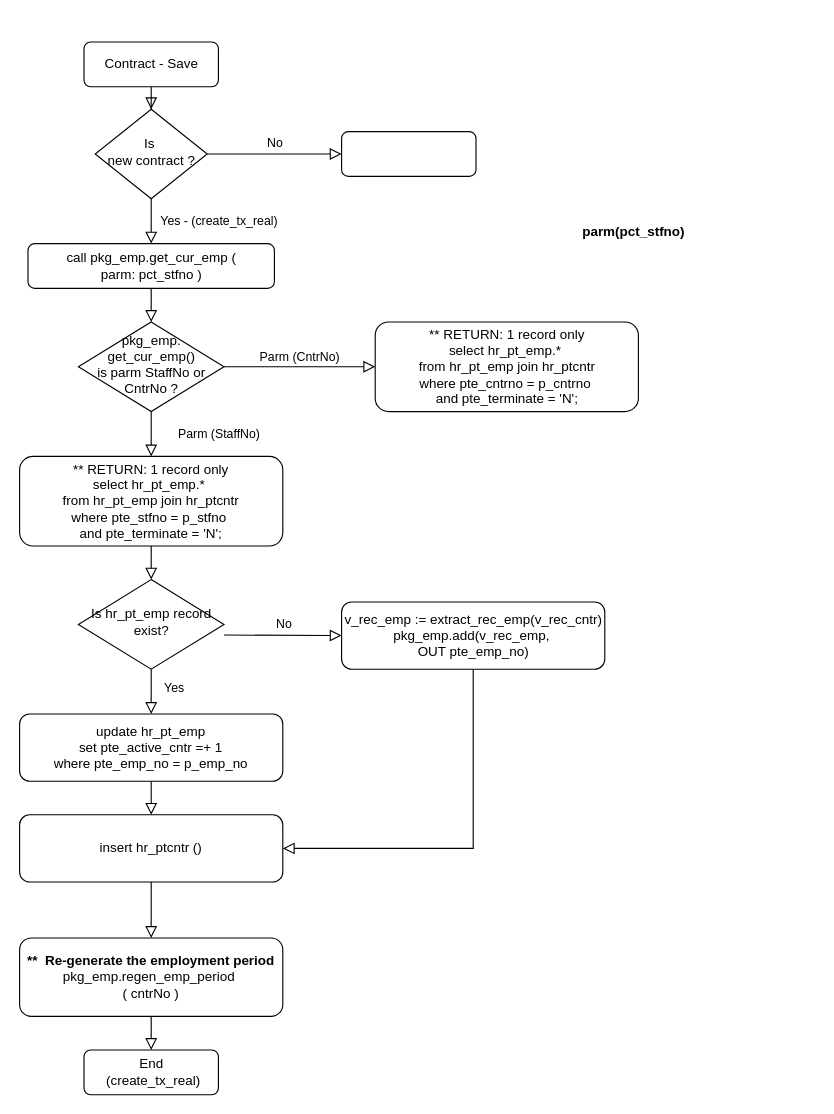
Above: page "Contract - New Save" (1 of 2) of Contract_Save_w_Employm.drawio in mujianlo/hrpt_drawio (draw.io), before the change. Source tidied: cells renumbered, new cells numbered last; positions are measured from the earlier drawing's top-left corner, leaving out a move shared by most shapes. Both pictures are drawn from the tidied source at 112%, with x=0, y=0 at pixel (19, 41).
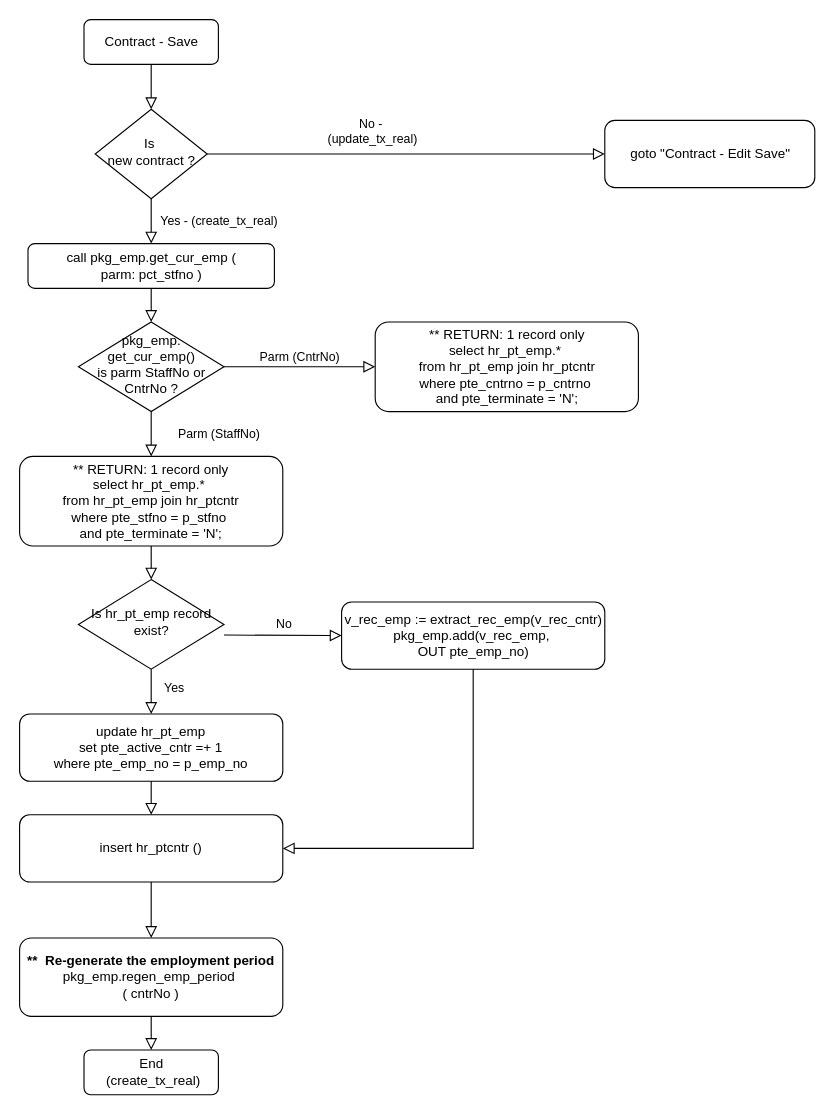
After the change.

Unchanged cells that the change refers to:
```xml
<mxCell id="6" value="Is&amp;nbsp;&lt;br&gt;new contract ?" style="rhombus;whiteSpace=wrap;html=1;shadow=0;fontFamily=Helvetica;fontSize=12;align=center;strokeWidth=1;spacing=6;spacingTop=-4;" parent="1" vertex="1">
  <mxGeometry x="67.5" y="60" width="100" height="80" as="geometry" />
</mxCell>
```

Diff of the diagram source:
```diff
@@
     <mxCell id="3" value="&lt;div&gt;Contract - Save&lt;/div&gt;" style="rounded=1;whiteSpace=wrap;html=1;fontSize=12;glass=0;strokeWidth=1;shadow=0;" parent="1" vertex="1">
-      <mxGeometry x="57.5" width="120" height="40" as="geometry" />
+      <mxGeometry x="57.5" y="-20" width="120" height="40" as="geometry" />
     </mxCell>
@@
-    <mxCell id="5" value="No" style="edgeStyle=orthogonalEdgeStyle;rounded=0;html=1;jettySize=auto;fontSize=11;endArrow=block;endFill=0;endSize=8;strokeWidth=1;shadow=0;labelBackgroundColor=none;" parent="1" edge="1" source="6" target="7">
-      <mxGeometry y="10" relative="1" as="geometry" />
+    <mxCell id="5" value="&lt;div&gt;No -&amp;nbsp;&lt;/div&gt;&lt;div&gt;(update_tx_real)&lt;/div&gt;" style="edgeStyle=orthogonalEdgeStyle;rounded=0;html=1;jettySize=auto;fontSize=11;endArrow=block;endFill=0;endSize=8;strokeWidth=1;shadow=0;labelBackgroundColor=none;entryX=0;entryY=0.5;entryDx=0;entryDy=0;" parent="1" edge="1" source="6" target="29">
+      <mxGeometry x="-0.17" y="20" relative="1" as="geometry" />
     </mxCell>
@@
-    <mxCell id="7" style="rounded=1;whiteSpace=wrap;html=1;fontSize=12;glass=0;strokeWidth=1;shadow=0;" parent="1" vertex="1">
-      <mxGeometry x="287.5" y="80" width="120" height="40" as="geometry" />
-    </mxCell>
@@
-    <mxCell id="10" value="parm(pct_stfno)" style="text;strokeColor=none;fillColor=none;html=1;fontSize=12;fontStyle=1;verticalAlign=middle;align=center;" parent="1" vertex="1">
-      <mxGeometry x="487.5" y="150" width="120" height="40" as="geometry" />
-    </mxCell>
@@
+    <mxCell id="29" value="goto &quot;Contract - Edit Save&quot;" style="rounded=1;whiteSpace=wrap;html=1;" parent="1" vertex="1">
+      <mxGeometry x="522.5" y="70" width="187.5" height="60" as="geometry" />
+    </mxCell>
```
